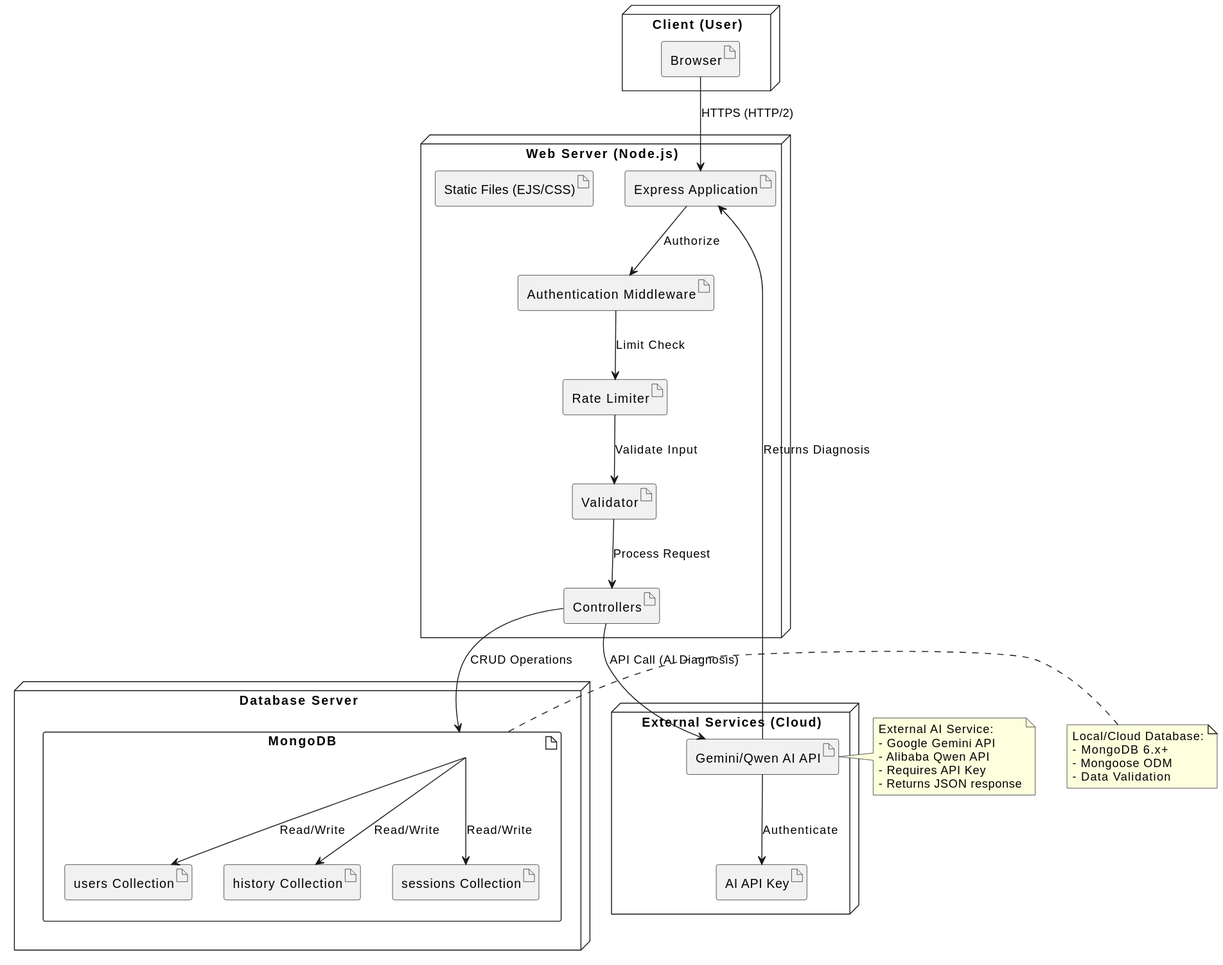
Before: diagrams/diagram/deployment_diagram.svg, a diagram exported from PlantUML (86wyc/erb-project).
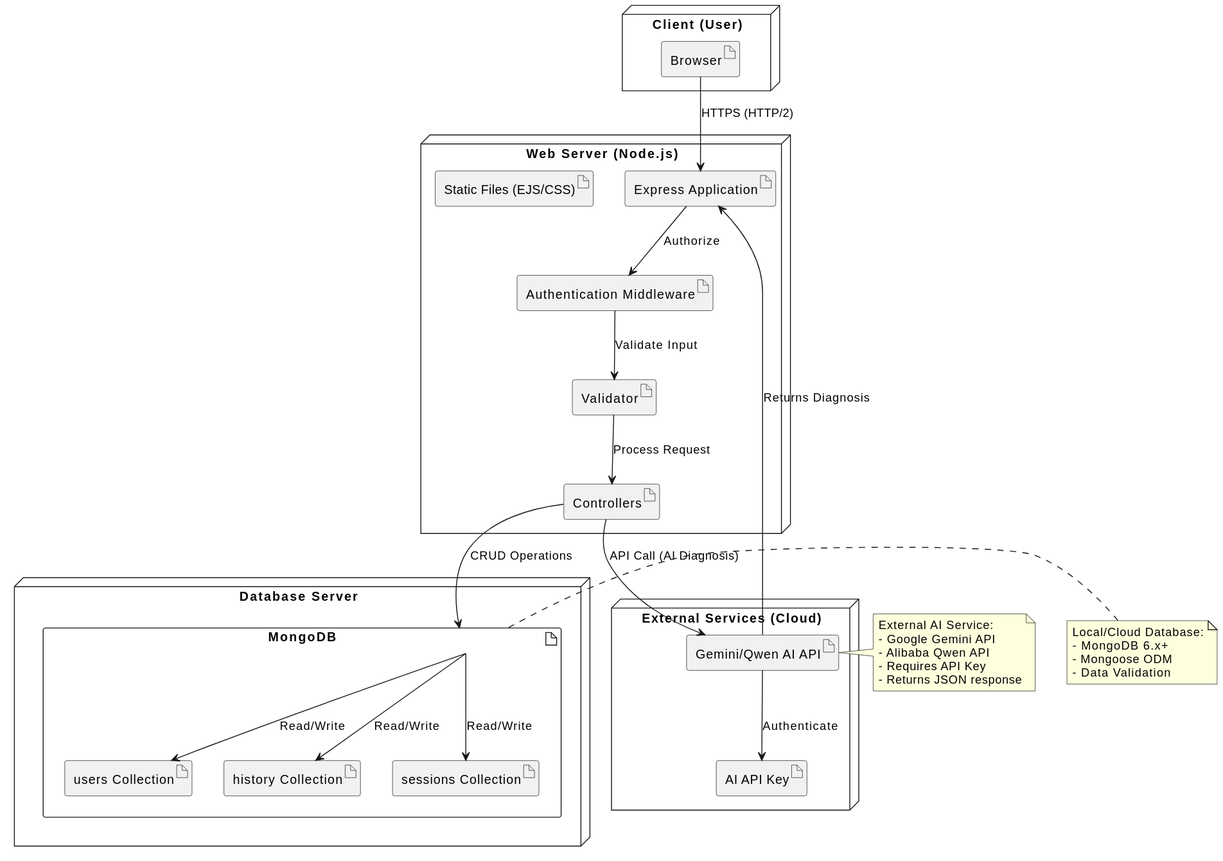
Later version of the same file.

Commit message:
diagram toWill update

Diff of the diagram source:
```diff
@@ -6,7 +6,6 @@
 node "Web Server (Node.js)" {
   artifact "Express Application" as App
   artifact "Authentication Middleware" as Auth
-  artifact "Rate Limiter" as Rate
   artifact "Validator" as Validator
   artifact "Controllers" as Controllers
   artifact "Static Files (EJS/CSS)" as Static
@@ -27,8 +26,7 @@
 
 Browser --> App : HTTPS (HTTP/2)
 App --> Auth : Authorize
-Auth --> Rate : Limit Check
-Rate --> Validator : Validate Input
+Auth --> Validator : Validate Input
 Validator --> Controllers : Process Request
 Controllers --> Mongo : CRUD Operations
 Controllers --> AI : API Call (AI Diagnosis)
```
